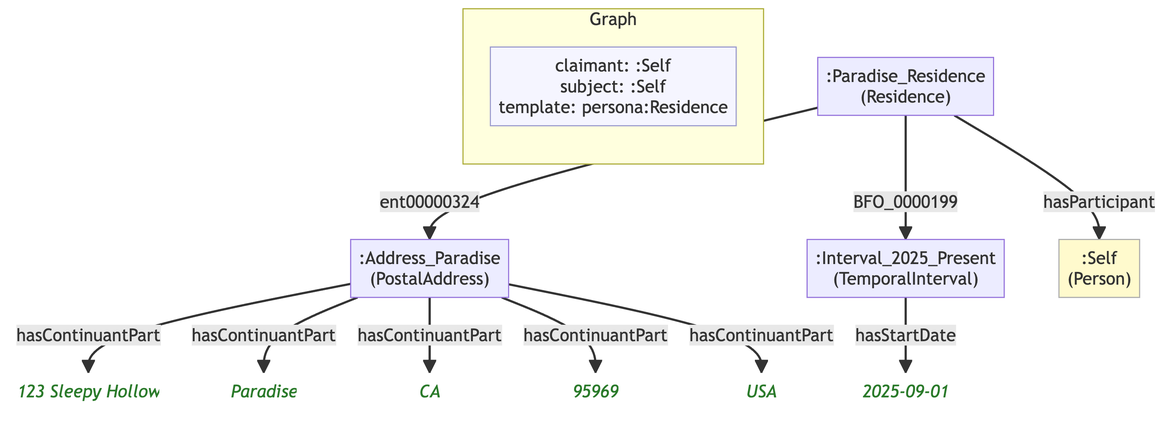
Before: example/graphs/images/graph-83.png, a diagram exported from Mermaid (MeeFoundation/mia-ontologies). Its source is kept beside it as example/graphs/images/graph-83.mmd. The source it was exported from:
```mermaid
flowchart TD
    classDef person fill:#fffacd,stroke:#aaa,color:#333
    classDef org    fill:#cce5ff,stroke:#aaa,color:#333
    classDef lit    fill:none,stroke:none,font-style:italic,color:#2a7a2a
    classDef meta   fill:#f5f5ff,stroke:#9999cc,color:#333

    subgraph ctx["Graph"]
        direction LR
        ctx_meta["claimant: :Self\nsubject: :Self\ntemplate: persona:Residence"]:::meta
    end

    ndbcf44a48000[":Address_Paradise\n(PostalAddress)"]
    n279b6f942fea("123 Sleepy Hollow"):::lit
    n44dd0452e007("Paradise"):::lit
    n71835cf058bd("CA"):::lit
    n7de6bd0240c5("95969"):::lit
    ne3f58d806a63("USA"):::lit
    naf26563dc3c8[":Interval_2025_Present\n(TemporalInterval)"]
    nd5dae2a8dede("2025-09-01"):::lit
    n0eecd6ebe039[":Paradise_Residence\n(Residence)"]
    ne0c3ba92f1db[":Self\n(Person)"]:::person

    ndbcf44a48000 -->|"hasContinuantPart"| n279b6f942fea
    ndbcf44a48000 -->|"hasContinuantPart"| n44dd0452e007
    ndbcf44a48000 -->|"hasContinuantPart"| n71835cf058bd
    ndbcf44a48000 -->|"hasContinuantPart"| n7de6bd0240c5
    ndbcf44a48000 -->|"hasContinuantPart"| ne3f58d806a63
    naf26563dc3c8 -->|"hasStartDate"| nd5dae2a8dede
    n0eecd6ebe039 -->|"hasParticipant"| ne0c3ba92f1db
    n0eecd6ebe039 -->|"ent00000324"| ndbcf44a48000
    n0eecd6ebe039 -->|"BFO_0000199"| naf26563dc3c8
```
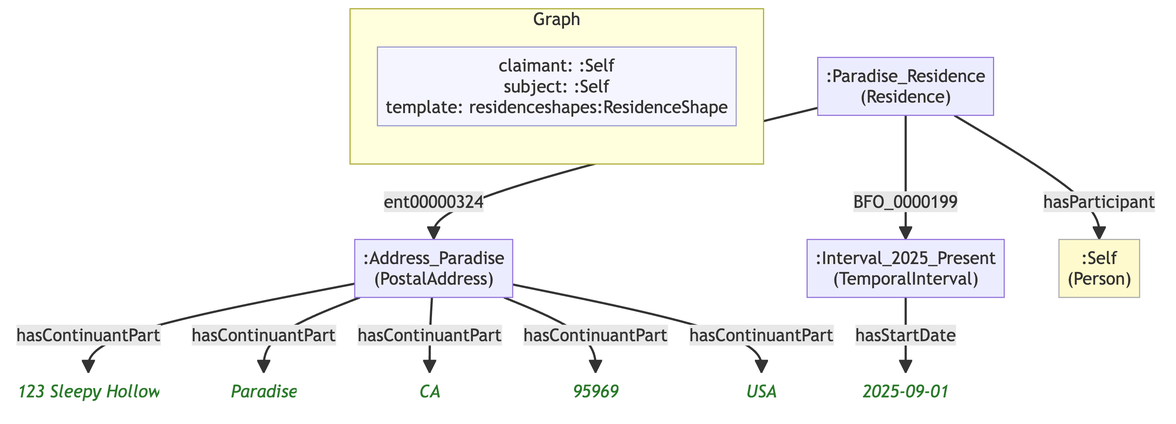
Above is the later version.

Diff of the diagram source:
```diff
@@ -6,25 +6,25 @@
 
     subgraph ctx["Graph"]
         direction LR
-        ctx_meta["claimant: :Self\nsubject: :Self\ntemplate: persona:Residence"]:::meta
+        ctx_meta["claimant: :Self\nsubject: :Self\ntemplate: residenceshapes:ResidenceShape"]:::meta
     end
 
     ndbcf44a48000[":Address_Paradise\n(PostalAddress)"]
-    n279b6f942fea("123 Sleepy Hollow"):::lit
-    n44dd0452e007("Paradise"):::lit
-    n71835cf058bd("CA"):::lit
-    n7de6bd0240c5("95969"):::lit
-    ne3f58d806a63("USA"):::lit
+    ne0ea2dd0fc67("123 Sleepy Hollow"):::lit
+    ndb5a285758f5("Paradise"):::lit
+    na8c273d6d7df("CA"):::lit
+    n155ae9f860ac("95969"):::lit
+    ne0e534833724("USA"):::lit
     naf26563dc3c8[":Interval_2025_Present\n(TemporalInterval)"]
     nd5dae2a8dede("2025-09-01"):::lit
     n0eecd6ebe039[":Paradise_Residence\n(Residence)"]
     ne0c3ba92f1db[":Self\n(Person)"]:::person
 
-    ndbcf44a48000 -->|"hasContinuantPart"| n279b6f942fea
-    ndbcf44a48000 -->|"hasContinuantPart"| n44dd0452e007
-    ndbcf44a48000 -->|"hasContinuantPart"| n71835cf058bd
-    ndbcf44a48000 -->|"hasContinuantPart"| n7de6bd0240c5
-    ndbcf44a48000 -->|"hasContinuantPart"| ne3f58d806a63
+    ndbcf44a48000 -->|"hasContinuantPart"| ne0ea2dd0fc67
+    ndbcf44a48000 -->|"hasContinuantPart"| ndb5a285758f5
+    ndbcf44a48000 -->|"hasContinuantPart"| na8c273d6d7df
+    ndbcf44a48000 -->|"hasContinuantPart"| n155ae9f860ac
+    ndbcf44a48000 -->|"hasContinuantPart"| ne0e534833724
     naf26563dc3c8 -->|"hasStartDate"| nd5dae2a8dede
     n0eecd6ebe039 -->|"hasParticipant"| ne0c3ba92f1db
     n0eecd6ebe039 -->|"ent00000324"| ndbcf44a48000
```
